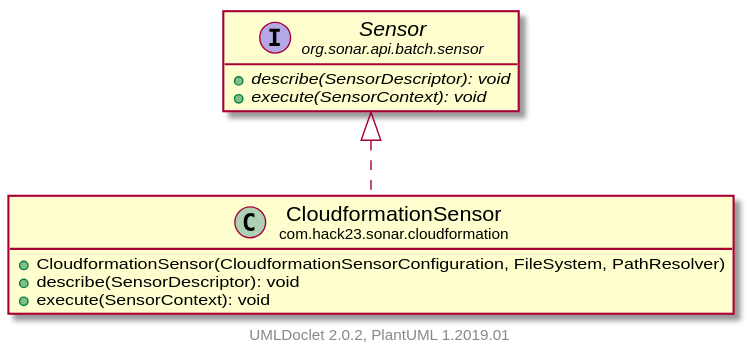
The PlantUML diagram apidocs/com/hack23/sonar/cloudformation/CloudformationSensor.svg in Hack23/sonar-cloudformation-plugin, before a commit. The source it was exported from:
```plantuml
@startuml
    set namespaceSeparator none
    hide empty fields
    hide empty methods

    class "<size:14>CloudformationSensor\n<size:10>com.hack23.sonar.cloudformation" as com.hack23.sonar.cloudformation.CloudformationSensor [[CloudformationSensor.html]] {
        +CloudformationSensor(CloudformationSensorConfiguration, FileSystem, PathResolver)
        +describe(SensorDescriptor): void
        +execute(SensorContext): void
    }

    interface "<size:14>Sensor\n<size:10>org.sonar.api.batch.sensor" as org.sonar.api.batch.sensor.Sensor {
        {abstract} +describe(SensorDescriptor): void
        {abstract} +execute(SensorContext): void
    }

    org.sonar.api.batch.sensor.Sensor <|.. com.hack23.sonar.cloudformation.CloudformationSensor

    center footer UMLDoclet 2.0.2, PlantUML 1.2019.01
@enduml
```
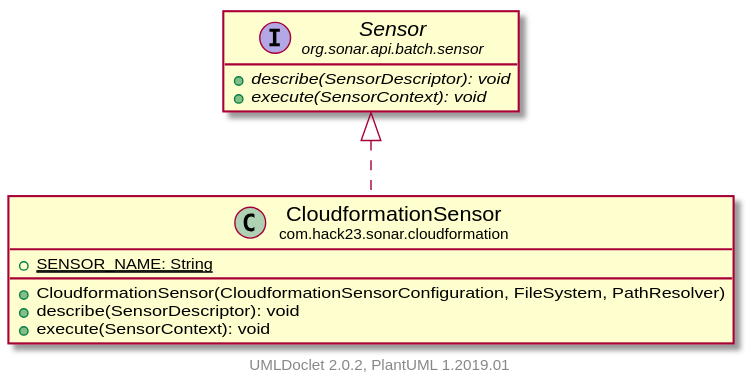
After the change.

The edit, as a diff of the source:
```diff
@@ -4,6 +4,7 @@
     hide empty methods
 
     class "<size:14>CloudformationSensor\n<size:10>com.hack23.sonar.cloudformation" as com.hack23.sonar.cloudformation.CloudformationSensor [[CloudformationSensor.html]] {
+        {static} +SENSOR_NAME: String
         +CloudformationSensor(CloudformationSensorConfiguration, FileSystem, PathResolver)
         +describe(SensorDescriptor): void
         +execute(SensorContext): void
```
